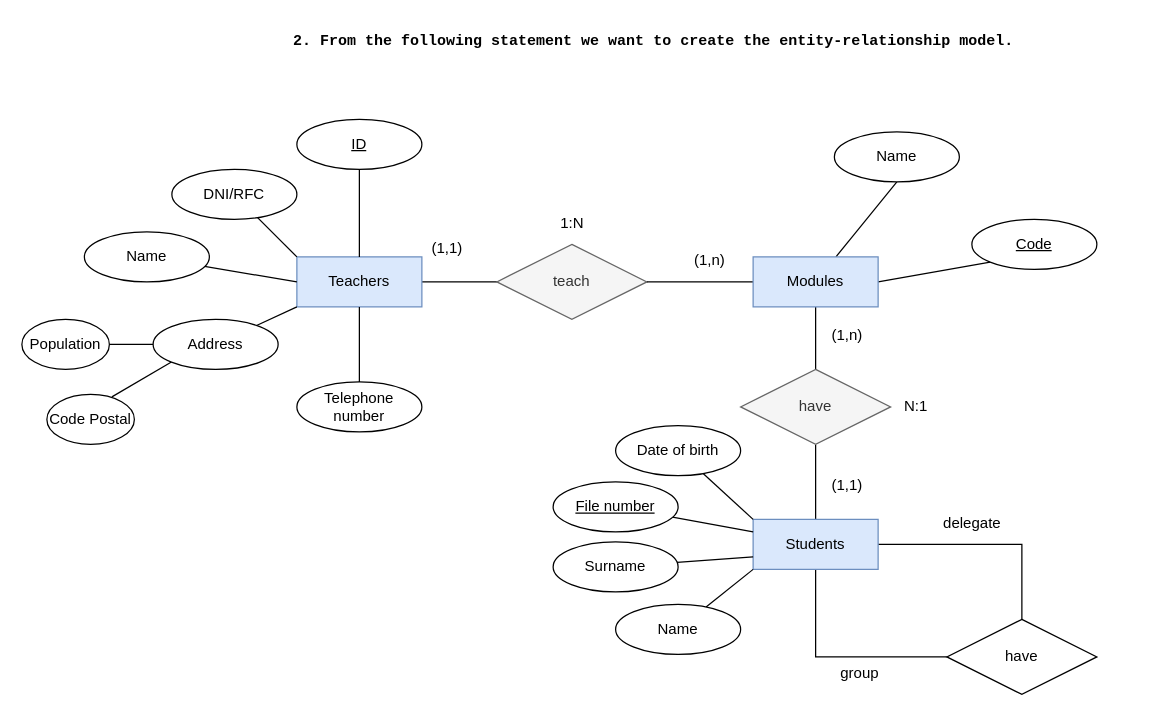
Before: page "Exercise 2" (2 of 5) of ejercicio3.drawio in Maek0s/1DAM_Databases, a draw.io diagram. Source tidied: cells renumbered, new cells numbered last; positions are measured from the earlier drawing's top-left corner, leaving out a move shared by most shapes. Both pictures are drawn from the tidied source at 125%, with x=0, y=0 at pixel (21, 21).
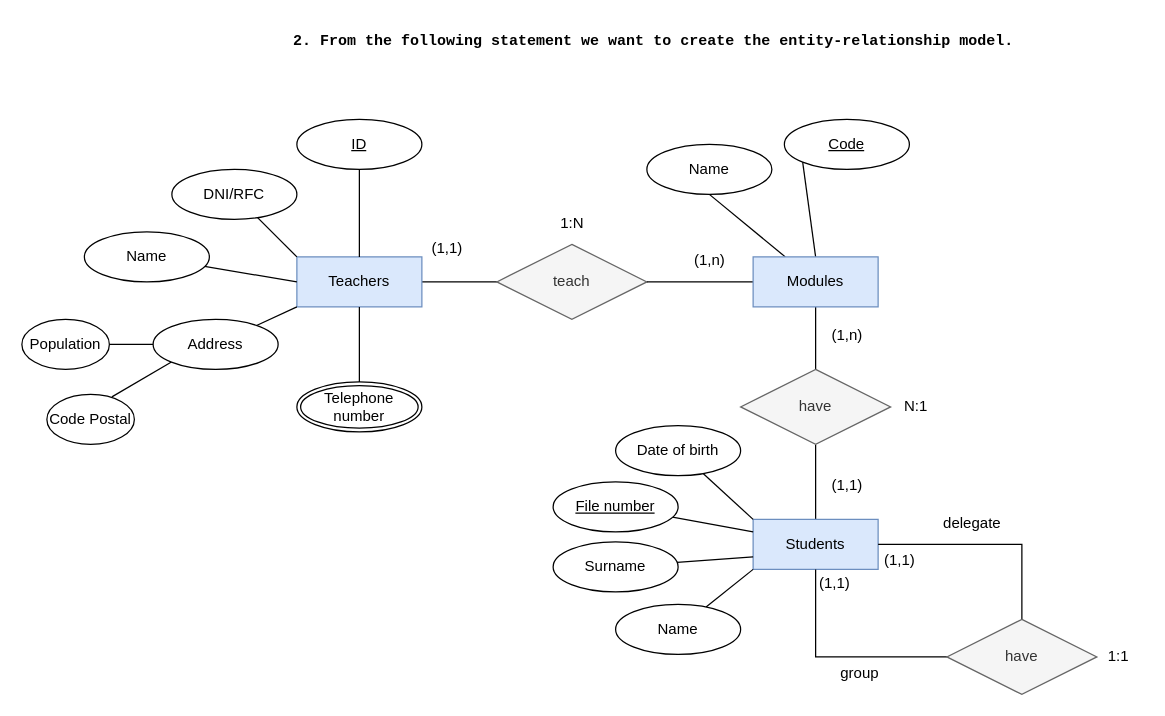
Above is the later version.

The change refers to these unchanged cells:
```xml
<mxCell id="4" value="Teachers" style="whiteSpace=wrap;html=1;align=center;fillColor=#dae8fc;strokeColor=#6c8ebf;" parent="1" vertex="1">
  <mxGeometry x="220" y="188" width="100" height="40" as="geometry" />
</mxCell>
<mxCell id="24" value="Modules" style="whiteSpace=wrap;html=1;align=center;fillColor=#dae8fc;strokeColor=#6c8ebf;" parent="1" vertex="1">
  <mxGeometry x="585" y="188" width="100" height="40" as="geometry" />
</mxCell>
<mxCell id="28" value="Students" style="whiteSpace=wrap;html=1;align=center;fillColor=#dae8fc;strokeColor=#6c8ebf;" parent="1" vertex="1">
  <mxGeometry x="585" y="398" width="100" height="40" as="geometry" />
</mxCell>
```

Diff of the diagram source:
```diff
@@
-    <mxCell id="15" style="rounded=0;jettySize=auto;html=1;entryX=0.5;entryY=1;entryDx=0;entryDy=0;endArrow=none;endFill=0;" parent="1" edge="1" source="16" target="4">
-      <mxGeometry relative="1" as="geometry" />
+    <mxCell id="15" style="rounded=0;jettySize=auto;html=1;entryX=0.5;entryY=1;entryDx=0;entryDy=0;endArrow=none;endFill=0;" parent="1" edge="1" target="4">
+      <mxGeometry relative="1" as="geometry">
+        <mxPoint x="270" y="288" as="sourcePoint" />
+      </mxGeometry>
     </mxCell>
-    <mxCell id="16" value="Telephone number" style="ellipse;whiteSpace=wrap;html=1;align=center;" parent="1" vertex="1">
-      <mxGeometry x="220" y="288" width="100" height="40" as="geometry" />
-    </mxCell>
@@
-    <mxCell id="22" style="rounded=0;jettySize=auto;html=1;entryX=0;entryY=1;entryDx=0;entryDy=0;endArrow=none;endFill=0;exitX=1;exitY=0.5;exitDx=0;exitDy=0;" parent="1" edge="1" source="24" target="31">
+    <mxCell id="22" style="rounded=0;jettySize=auto;html=1;entryX=0;entryY=1;entryDx=0;entryDy=0;endArrow=none;endFill=0;exitX=0.5;exitY=0;exitDx=0;exitDy=0;" parent="1" edge="1" source="24" target="31">
       <mxGeometry relative="1" as="geometry" />
     </mxCell>
@@
-    <mxCell id="26" style="edgeStyle=orthogonalEdgeStyle;rounded=0;jettySize=auto;html=1;entryX=0.5;entryY=0;entryDx=0;entryDy=0;endArrow=none;endFill=0;" parent="1" edge="1" source="28" target="46">
-      <mxGeometry relative="1" as="geometry">
-        <Array as="points">
-          <mxPoint x="800" y="418" />
-        </Array>
-      </mxGeometry>
-    </mxCell>
-    <mxCell id="27" style="edgeStyle=orthogonalEdgeStyle;rounded=0;jettySize=auto;html=1;entryX=0;entryY=0.5;entryDx=0;entryDy=0;endArrow=none;endFill=0;" parent="1" edge="1" source="28" target="46">
-      <mxGeometry relative="1" as="geometry">
-        <Array as="points">
-          <mxPoint x="635" y="508" />
-        </Array>
-      </mxGeometry>
-    </mxCell>
@@
     <mxCell id="30" value="Name" style="ellipse;whiteSpace=wrap;html=1;align=center;" parent="1" vertex="1">
-      <mxGeometry x="650" y="88" width="100" height="40" as="geometry" />
+      <mxGeometry x="500" y="98" width="100" height="40" as="geometry" />
     </mxCell>
     <mxCell id="31" value="Code" style="ellipse;whiteSpace=wrap;html=1;align=center;fontStyle=4;" parent="1" vertex="1">
-      <mxGeometry x="760" y="158" width="100" height="40" as="geometry" />
+      <mxGeometry x="610" y="78" width="100" height="40" as="geometry" />
     </mxCell>
@@
+    <mxCell id="16" value="Telephone number" style="ellipse;shape=doubleEllipse;margin=3;whiteSpace=wrap;html=1;align=center;" parent="1" vertex="1">
+      <mxGeometry x="220" y="288" width="100" height="40" as="geometry" />
+    </mxCell>
+    <mxCell id="49" style="edgeStyle=orthogonalEdgeStyle;rounded=0;jettySize=auto;html=1;entryX=0.5;entryY=0;entryDx=0;entryDy=0;endArrow=none;endFill=0;" parent="1" edge="1" target="46">
+      <mxGeometry relative="1" as="geometry">
+        <mxPoint x="685" y="418" as="sourcePoint" />
+        <Array as="points">
+          <mxPoint x="800" y="418" />
+        </Array>
+      </mxGeometry>
+    </mxCell>
+    <mxCell id="50" style="edgeStyle=orthogonalEdgeStyle;rounded=0;jettySize=auto;html=1;entryX=0;entryY=0.5;entryDx=0;entryDy=0;endArrow=none;endFill=0;" parent="1" edge="1" target="46">
+      <mxGeometry relative="1" as="geometry">
+        <mxPoint x="635" y="438" as="sourcePoint" />
+        <Array as="points">
+          <mxPoint x="635" y="508" />
+        </Array>
+      </mxGeometry>
+    </mxCell>
-    <mxCell id="46" value="have" style="shape=rhombus;perimeter=rhombusPerimeter;whiteSpace=wrap;html=1;align=center;" parent="1" vertex="1">
+    <mxCell id="46" value="have" style="shape=rhombus;perimeter=rhombusPerimeter;whiteSpace=wrap;html=1;align=center;fillColor=#f5f5f5;fontColor=#333333;strokeColor=#666666;" parent="1" vertex="1">
       <mxGeometry x="740" y="478" width="120" height="60" as="geometry" />
     </mxCell>
@@
+    <mxCell id="51" value="(1,1)" style="text;html=1;align=center;verticalAlign=middle;strokeColor=none;fillColor=none;" parent="1" vertex="1">
+      <mxGeometry x="677" y="416" width="50" height="30" as="geometry" />
+    </mxCell>
+    <mxCell id="52" value="(1,1)" style="text;html=1;align=center;verticalAlign=middle;strokeColor=none;fillColor=none;" parent="1" vertex="1">
+      <mxGeometry x="625" y="434" width="50" height="30" as="geometry" />
+    </mxCell>
+    <mxCell id="53" value="1:1" style="text;html=1;align=center;verticalAlign=middle;strokeColor=none;fillColor=none;" parent="1" vertex="1">
+      <mxGeometry x="857" y="493" width="40" height="30" as="geometry" />
+    </mxCell>
```
